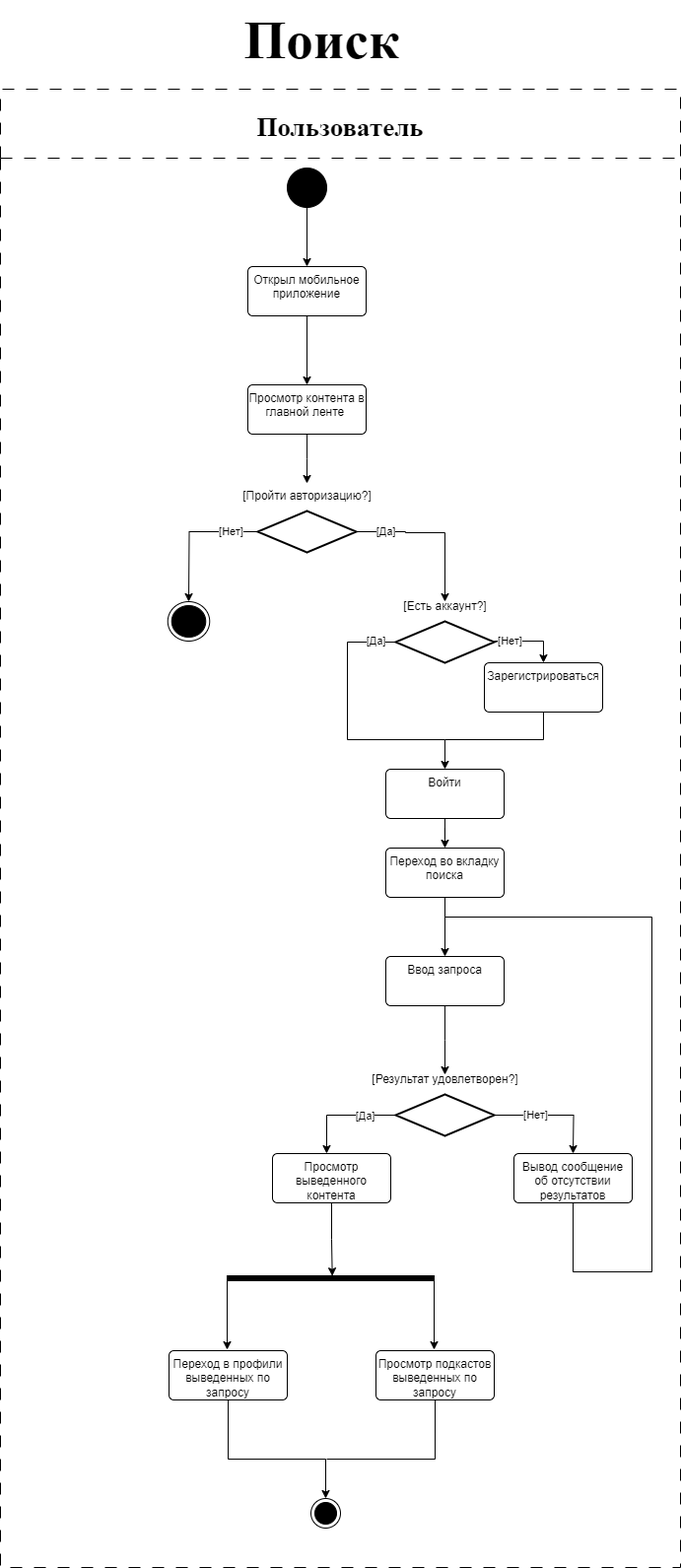
Before: diagrams/activity-search.png, a diagram exported from draw.io (SazonovAlexander/9.1-TikTalk). Source tidied: cells renumbered, new cells last; positions are measured from the earlier drawing's top-left corner, leaving out a move shared by most shapes.
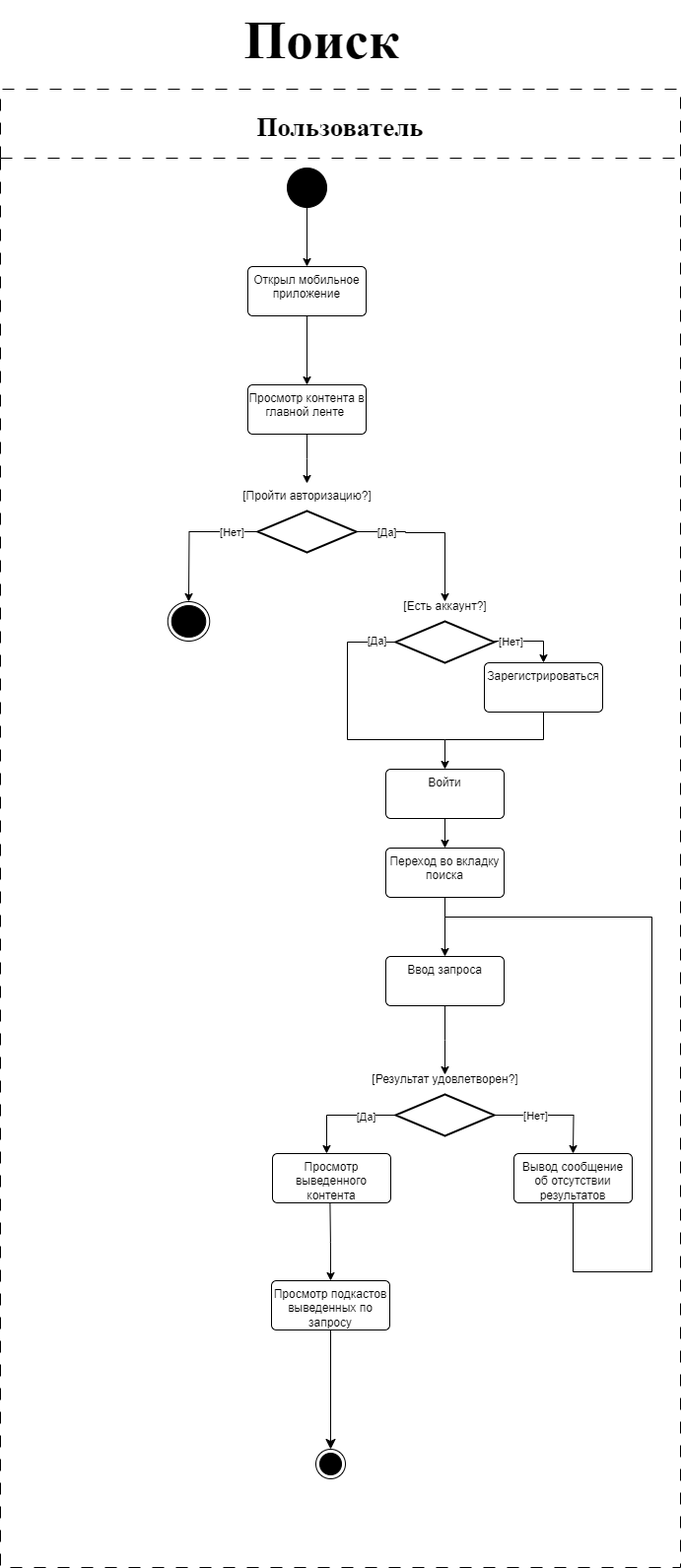
The same diagram one commit later.

The edit, as a diff of the source:
```diff
@@ -112,9 +112,6 @@
     <mxCell id="28" value="[Результат удовлетворен?]" style="text;html=1;align=center;verticalAlign=middle;strokeColor=none;fillColor=none;" parent="1" vertex="1">
       <mxGeometry x="366" y="1080" width="170" height="30" as="geometry" />
     </mxCell>
-    <mxCell id="29" style="edgeStyle=orthogonalEdgeStyle;rounded=0;jettySize=auto;html=1;entryX=0.04;entryY=0.492;entryDx=0;entryDy=0;entryPerimeter=0;" parent="1" edge="1" source="30" target="40">
-      <mxGeometry relative="1" as="geometry" />
-    </mxCell>
     <mxCell id="30" value="Просмотр выведенного контента" style="whiteSpace=wrap;html=1;verticalAlign=top;rounded=1;arcSize=10;dashed=0;" parent="1" vertex="1">
       <mxGeometry x="276" y="1170" width="120" height="50" as="geometry" />
     </mxCell>
@@ -143,46 +140,14 @@
         <mxPoint x="-16" as="offset" />
       </mxGeometry>
     </mxCell>
-    <mxCell id="36" value="Переход в профили выведенных по запросу" style="whiteSpace=wrap;html=1;verticalAlign=top;rounded=1;arcSize=10;dashed=0;" parent="31" vertex="1">
-      <mxGeometry x="171" y="1280" width="120" height="50" as="geometry" />
-    </mxCell>
-    <mxCell id="37" style="edgeStyle=orthogonalEdgeStyle;rounded=0;jettySize=auto;html=1;endArrow=none;endFill=0;exitX=0.5;exitY=1;exitDx=0;exitDy=0;" parent="31" edge="1" source="43">
-      <mxGeometry relative="1" as="geometry">
-        <mxPoint x="331" y="1390" as="targetPoint" />
-        <Array as="points">
-          <mxPoint x="441" y="1390" />
-          <mxPoint x="331" y="1390" />
-        </Array>
-      </mxGeometry>
-    </mxCell>
     <mxCell id="38" style="ellipse;html=1;shape=endState;fillColor=strokeColor;" parent="31" vertex="1">
-      <mxGeometry x="315" y="1430" width="30" height="30" as="geometry" />
+      <mxGeometry x="320" y="1380" width="30" height="30" as="geometry" />
     </mxCell>
-    <mxCell id="39" style="edgeStyle=orthogonalEdgeStyle;rounded=0;jettySize=auto;html=1;" parent="31" edge="1" source="36" target="38">
-      <mxGeometry relative="1" as="geometry">
-        <Array as="points">
-          <mxPoint x="231" y="1390" />
-          <mxPoint x="330" y="1390" />
-        </Array>
-      </mxGeometry>
-    </mxCell>
-    <mxCell id="40" style="html=1;points=[];perimeter=orthogonalPerimeter;fillColor=strokeColor;direction=south;" parent="31" vertex="1">
-      <mxGeometry x="230" y="1204" width="210" height="5" as="geometry" />
-    </mxCell>
-    <mxCell id="41" style="edgeStyle=orthogonalEdgeStyle;rounded=0;orthogonalLoop=1;jettySize=auto;html=1;" parent="31" edge="1">
-      <mxGeometry relative="1" as="geometry">
-        <mxPoint x="230" y="1209" as="sourcePoint" />
-        <mxPoint x="230" y="1279" as="targetPoint" />
-      </mxGeometry>
-    </mxCell>
-    <mxCell id="42" style="edgeStyle=orthogonalEdgeStyle;rounded=0;orthogonalLoop=1;jettySize=auto;html=1;" parent="31" edge="1">
-      <mxGeometry relative="1" as="geometry">
-        <mxPoint x="440" y="1209" as="sourcePoint" />
-        <mxPoint x="440" y="1279" as="targetPoint" />
-      </mxGeometry>
-    </mxCell>
+    <mxCell id="49" style="edgeStyle=none;curved=1;rounded=0;jettySize=auto;html=1;entryX=0.5;entryY=0;entryDx=0;entryDy=0;fontSize=12;startSize=8;endSize=8;" parent="31" edge="1" source="43" target="38">
+      <mxGeometry relative="1" as="geometry" />
+    </mxCell>
     <mxCell id="43" value="Просмотр подкастов выведенных по запросу" style="whiteSpace=wrap;html=1;verticalAlign=top;rounded=1;arcSize=10;dashed=0;" parent="31" vertex="1">
-      <mxGeometry x="381" y="1280" width="120" height="50" as="geometry" />
+      <mxGeometry x="275" y="1209" width="120" height="50" as="geometry" />
     </mxCell>
     <mxCell id="44" style="ellipse;html=1;shape=endState;fillColor=strokeColor;" parent="31" vertex="1">
       <mxGeometry x="169.8" y="520" width="42.5" height="40" as="geometry" />
@@ -201,6 +166,11 @@
     <mxCell id="47" value="Войти" style="whiteSpace=wrap;html=1;verticalAlign=top;rounded=1;arcSize=10;dashed=0;" parent="31" vertex="1">
       <mxGeometry x="391" y="690" width="120" height="50" as="geometry" />
     </mxCell>
+    <mxCell id="29" style="edgeStyle=orthogonalEdgeStyle;rounded=0;jettySize=auto;html=1;entryX=0.5;entryY=0;entryDx=0;entryDy=0;" parent="31" edge="1" target="43">
+      <mxGeometry relative="1" as="geometry">
+        <mxPoint x="334.4" y="1130" as="sourcePoint" />
+      </mxGeometry>
+    </mxCell>
     <mxCell id="48" value="Поиск" style="text;html=1;align=center;verticalAlign=middle;strokeColor=none;fillColor=none;fontFamily=Times New Roman;fontSize=55;fontStyle=1;" parent="1" vertex="1">
       <mxGeometry x="241" width="170" height="80" as="geometry" />
     </mxCell>
```
